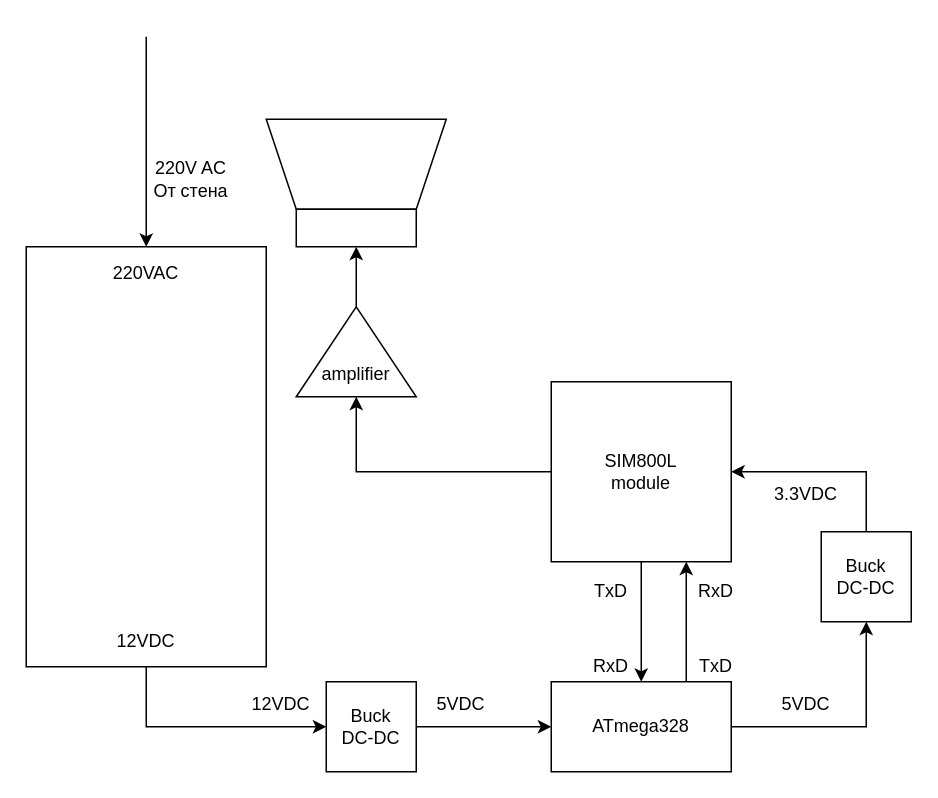
Earlier version of the draw.io diagram Untitled Diagram.drawio (DanielDimitrov123/Smart-Domophone). Source tidied: cells renumbered, new cells numbered last; positions are measured from the earlier drawing's top-left corner, leaving out a move shared by most shapes. Both pictures are drawn from the tidied source at 150%, with x=0, y=0 at pixel (26, 36).
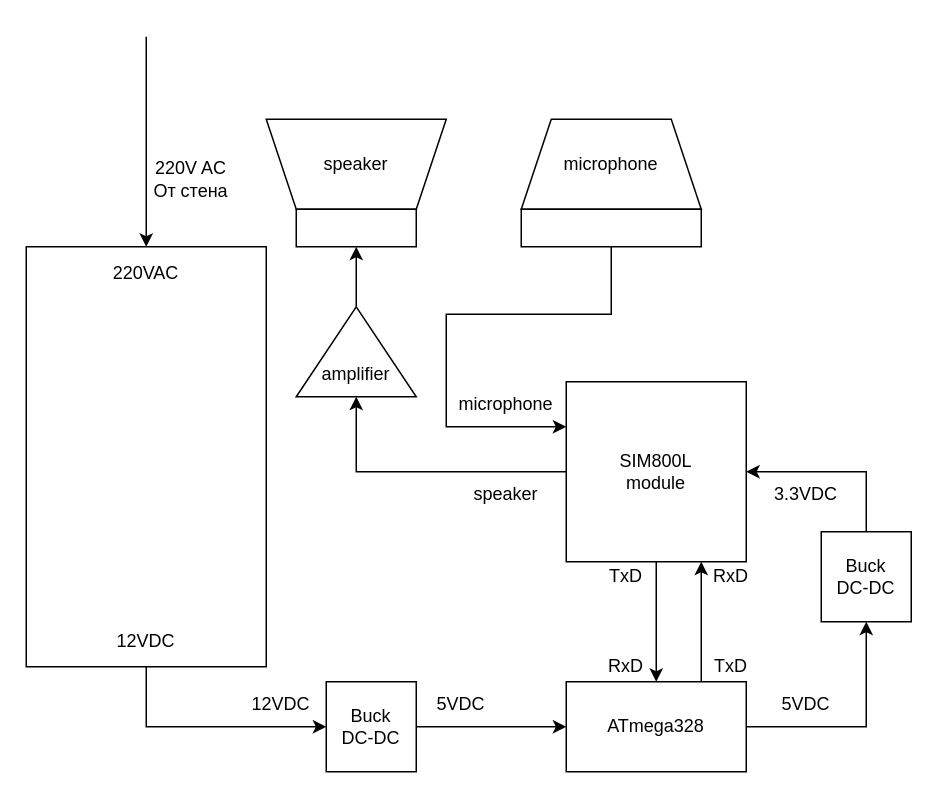
Above is the later version.

Diff of the diagram source:
```diff
@@
     <mxCell id="4" value="ATmega328" style="rounded=0;whiteSpace=wrap;html=1;rotation=0;" parent="1" vertex="1">
-      <mxGeometry x="350" y="430" width="120" height="60" as="geometry" />
+      <mxGeometry x="360" y="430" width="120" height="60" as="geometry" />
     </mxCell>
@@
     <mxCell id="14" value="SIM800L&lt;div&gt;module&lt;/div&gt;" style="whiteSpace=wrap;html=1;" parent="1" vertex="1">
-      <mxGeometry x="350" y="230" width="120" height="120" as="geometry" />
+      <mxGeometry x="360" y="230" width="120" height="120" as="geometry" />
     </mxCell>
-    <mxCell id="15" style="shape=trapezoid;perimeter=trapezoidPerimeter;whiteSpace=wrap;html=1;fixedSize=1;direction=west;" parent="1" vertex="1">
+    <mxCell id="15" value="speaker" style="shape=trapezoid;perimeter=trapezoidPerimeter;whiteSpace=wrap;html=1;fixedSize=1;direction=west;" parent="1" vertex="1">
       <mxGeometry x="160" y="55" width="120" height="60" as="geometry" />
     </mxCell>
@@
     <mxCell id="22" value="TxD" style="text;html=1;align=center;verticalAlign=middle;whiteSpace=wrap;rounded=0;" parent="1" vertex="1">
-      <mxGeometry x="440" y="410" width="40" height="20" as="geometry" />
+      <mxGeometry x="450" y="410" width="40" height="20" as="geometry" />
     </mxCell>
     <mxCell id="23" value="RxD" style="text;html=1;align=center;verticalAlign=middle;whiteSpace=wrap;rounded=0;" parent="1" vertex="1">
-      <mxGeometry x="370" y="410" width="40" height="20" as="geometry" />
+      <mxGeometry x="380" y="410" width="40" height="20" as="geometry" />
     </mxCell>
     <mxCell id="24" value="RxD" style="text;html=1;align=center;verticalAlign=middle;whiteSpace=wrap;rounded=0;" parent="1" vertex="1">
-      <mxGeometry x="440" y="360" width="40" height="20" as="geometry" />
+      <mxGeometry x="450" y="350" width="40" height="20" as="geometry" />
     </mxCell>
     <mxCell id="25" value="TxD" style="text;html=1;align=center;verticalAlign=middle;whiteSpace=wrap;rounded=0;" parent="1" vertex="1">
-      <mxGeometry x="370" y="360" width="40" height="20" as="geometry" />
+      <mxGeometry x="380" y="350" width="40" height="20" as="geometry" />
     </mxCell>
@@
+    <mxCell id="28" value="mic&lt;span style=&quot;background-color: transparent; color: light-dark(rgb(0, 0, 0), rgb(255, 255, 255));&quot;&gt;rophone&lt;/span&gt;" style="shape=trapezoid;perimeter=trapezoidPerimeter;whiteSpace=wrap;html=1;fixedSize=1;" parent="1" vertex="1">
+      <mxGeometry x="330" y="55" width="120" height="60" as="geometry" />
+    </mxCell>
+    <mxCell id="29" style="edgeStyle=orthogonalEdgeStyle;rounded=0;jettySize=auto;html=1;exitX=0.5;exitY=1;exitDx=0;exitDy=0;entryX=0;entryY=0.25;entryDx=0;entryDy=0;" parent="1" edge="1" source="30" target="14">
+      <mxGeometry relative="1" as="geometry">
+        <Array as="points">
+          <mxPoint x="390" y="185" />
+          <mxPoint x="280" y="185" />
+          <mxPoint x="280" y="260" />
+        </Array>
+      </mxGeometry>
+    </mxCell>
+    <mxCell id="30" style="rounded=0;whiteSpace=wrap;html=1;" parent="1" vertex="1">
+      <mxGeometry x="330" y="115" width="120" height="25" as="geometry" />
+    </mxCell>
+    <mxCell id="31" value="speaker" style="text;html=1;align=center;verticalAlign=middle;whiteSpace=wrap;rounded=0;" parent="1" vertex="1">
+      <mxGeometry x="290" y="290" width="60" height="30" as="geometry" />
+    </mxCell>
+    <mxCell id="32" value="microphone" style="text;html=1;align=center;verticalAlign=middle;whiteSpace=wrap;rounded=0;" parent="1" vertex="1">
+      <mxGeometry x="290" y="230" width="60" height="30" as="geometry" />
+    </mxCell>
```
